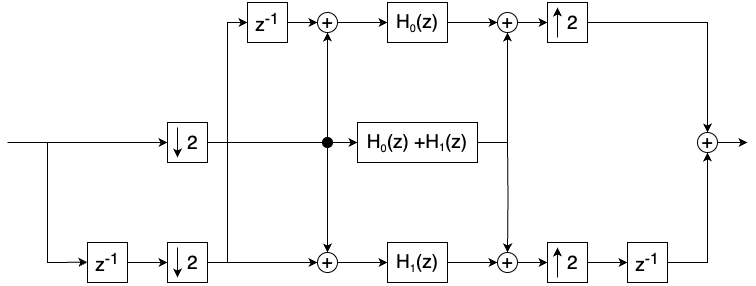
MeisterProepper/multirate-fir-filterbank-hls keeps this draw.io diagram as images/Fast_running_FIR_2.png. Above is the earlier version. Source tidied: cells renumbered, new cells last; positions are measured from the earlier drawing's top-left corner, leaving out a move shared by most shapes.
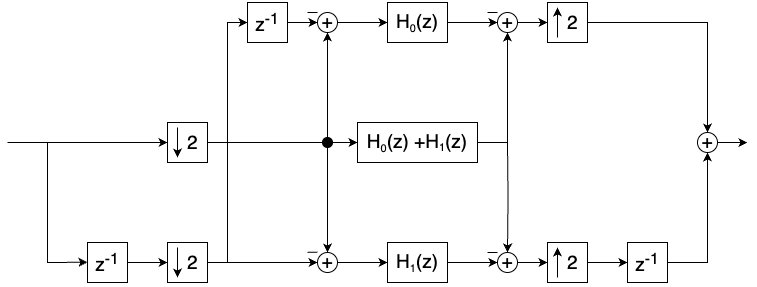
Above is the later version.

The edit, as a diff of the source:
```diff
@@ -154,5 +154,29 @@
     <mxCell id="43" value="&lt;font style=&quot;font-size: 19px;&quot;&gt;z&lt;sup&gt;-1&lt;/sup&gt;&lt;/font&gt;" style="whiteSpace=wrap;html=1;" parent="1" vertex="1">
       <mxGeometry x="620" y="240" width="40" height="40" as="geometry" />
     </mxCell>
+    <mxCell id="44" style="endArrow=none;html=1;rounded=0;" parent="1" edge="1">
+      <mxGeometry relative="1" as="geometry">
+        <mxPoint x="300" y="249.7" as="sourcePoint" />
+        <mxPoint x="310" y="249.7" as="targetPoint" />
+      </mxGeometry>
+    </mxCell>
+    <mxCell id="45" style="endArrow=none;html=1;rounded=0;" parent="1" edge="1">
+      <mxGeometry relative="1" as="geometry">
+        <mxPoint x="480" y="250" as="sourcePoint" />
+        <mxPoint x="490" y="250" as="targetPoint" />
+      </mxGeometry>
+    </mxCell>
+    <mxCell id="46" style="endArrow=none;html=1;rounded=0;" parent="1" edge="1">
+      <mxGeometry relative="1" as="geometry">
+        <mxPoint x="480" y="10" as="sourcePoint" />
+        <mxPoint x="490" y="10" as="targetPoint" />
+      </mxGeometry>
+    </mxCell>
+    <mxCell id="47" style="endArrow=none;html=1;rounded=0;" parent="1" edge="1">
+      <mxGeometry relative="1" as="geometry">
+        <mxPoint x="300" y="10" as="sourcePoint" />
+        <mxPoint x="310" y="10" as="targetPoint" />
+      </mxGeometry>
+    </mxCell>
   </root>
 </mxGraphModel>
```
